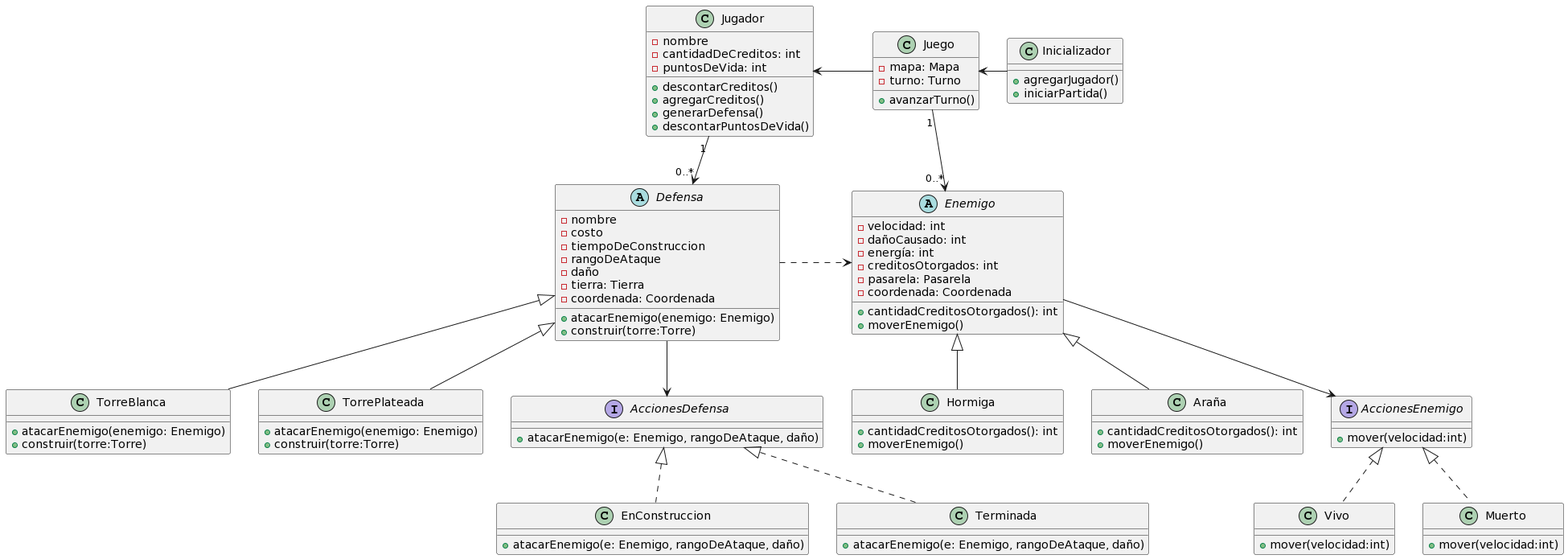
Before: diagrams/classes/DC_1.png, a diagram exported from PlantUML (Aldumogi/AlgoDefense).
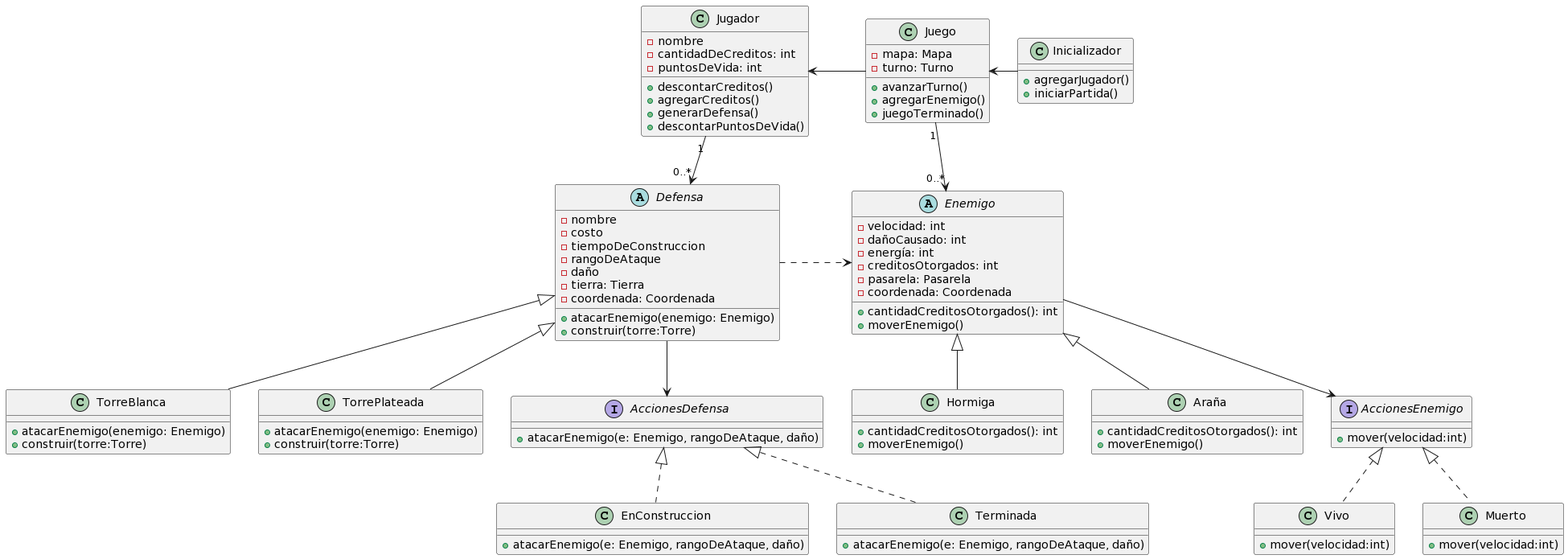
The same file after the commit.

Commit message:
Actualizar diagramas de clases

The edit, as a diff of the source:
```diff
@@ -24,6 +24,8 @@
 - mapa: Mapa
 - turno: Turno
 + avanzarTurno()
++ agregarEnemigo()
++ juegoTerminado()
 }
 
 class Inicializador {
```
